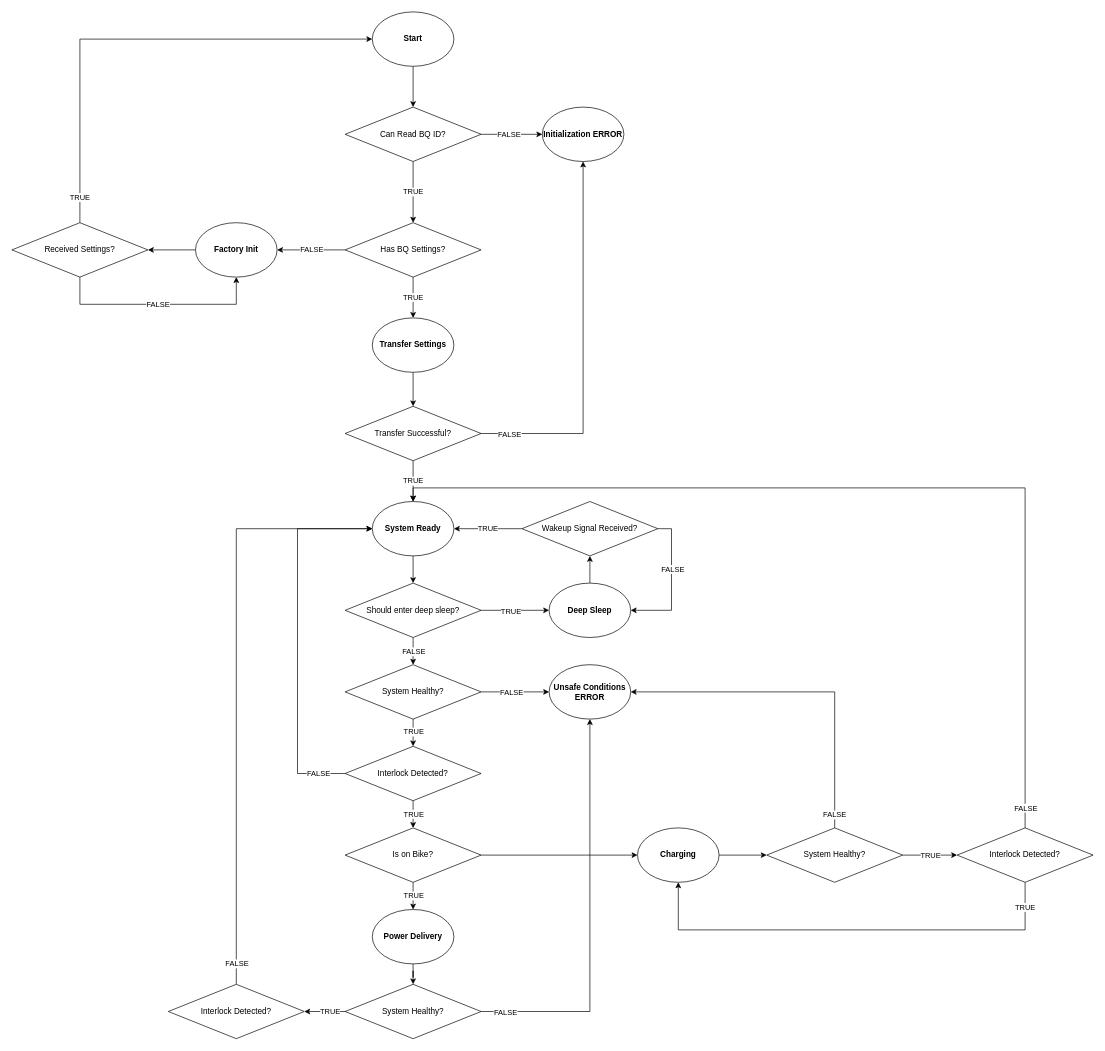
The draw.io diagram docs/source/_static/original/BMS_state_transition.drawio in RIT-EVT/BMS, before the edit. Source tidied: cells renumbered, new cells numbered last; positions are measured from the earlier drawing's top-left corner, leaving out a move shared by most shapes. Both pictures are drawn from the tidied source at 68%, with x=0, y=0 at pixel (12, 12).
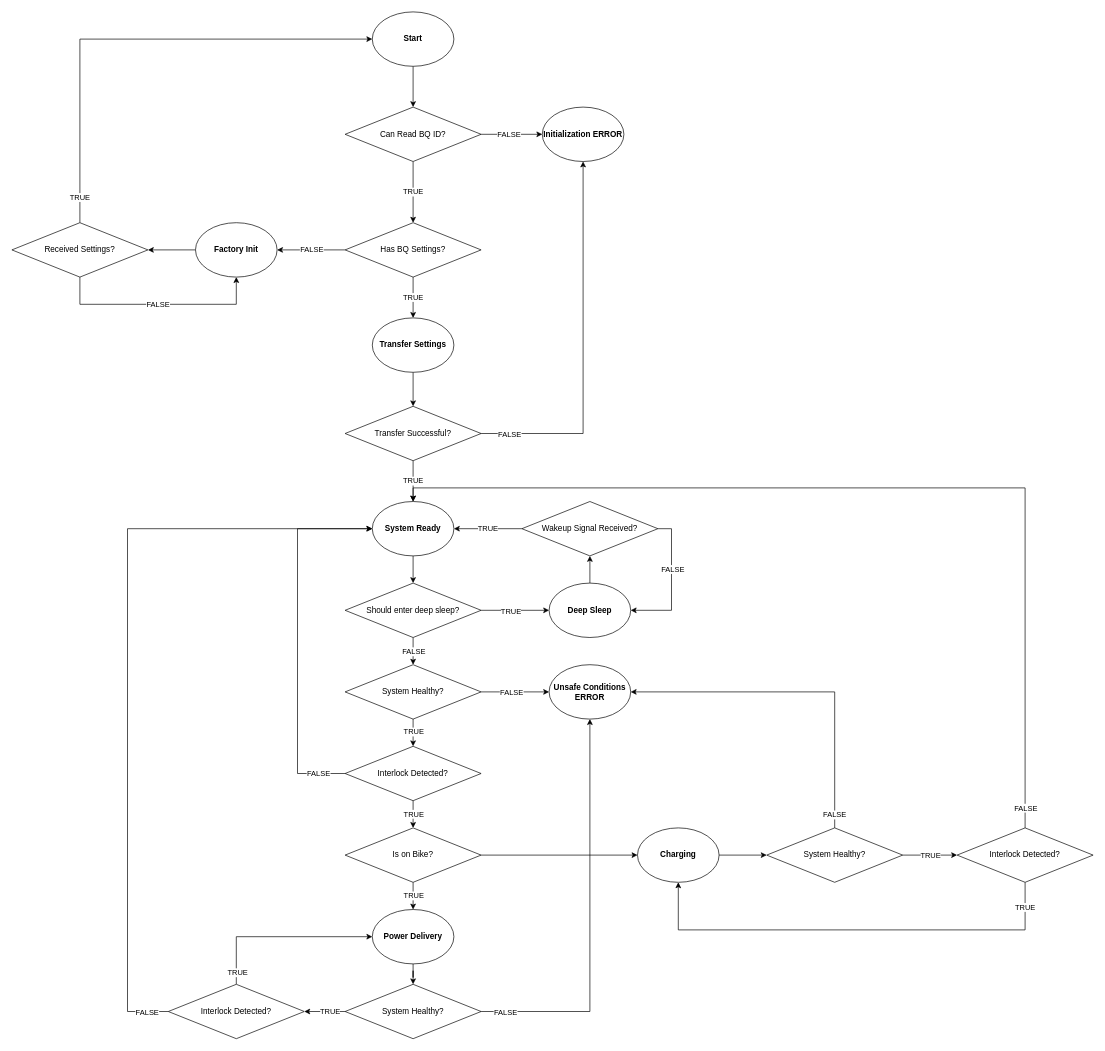
Above is the later version.

Unchanged cells that the change refers to:
```xml
<mxCell id="27" value="&lt;b&gt;System Ready&lt;/b&gt;" style="ellipse;whiteSpace=wrap;html=1;" parent="1" vertex="1">
  <mxGeometry x="530" y="720" width="120" height="80" as="geometry" />
</mxCell>
<mxCell id="56" value="&lt;b&gt;Power Delivery&lt;/b&gt;" style="ellipse;whiteSpace=wrap;html=1;" parent="1" vertex="1">
  <mxGeometry x="530" y="1320" width="120" height="80" as="geometry" />
</mxCell>
<mxCell id="64" value="Interlock Detected?" style="rhombus;whiteSpace=wrap;html=1;" parent="1" vertex="1">
  <mxGeometry x="230" y="1430" width="200" height="80" as="geometry" />
</mxCell>
```

The edit, as a diff of the source:
```diff
@@
-    <mxCell id="62" style="edgeStyle=orthogonalEdgeStyle;rounded=0;jettySize=auto;html=1;entryX=0;entryY=0.5;entryDx=0;entryDy=0;" parent="1" edge="1" source="64" target="27">
+    <mxCell id="62" style="edgeStyle=orthogonalEdgeStyle;rounded=0;jettySize=auto;html=1;entryX=0;entryY=0.5;entryDx=0;entryDy=0;exitX=0;exitY=0.5;exitDx=0;exitDy=0;" parent="1" edge="1" source="64" target="27">
       <mxGeometry relative="1" as="geometry">
         <Array as="points">
-          <mxPoint x="330" y="760" />
+          <mxPoint x="170" y="1470" />
+          <mxPoint x="170" y="760" />
         </Array>
       </mxGeometry>
     </mxCell>
     <mxCell id="63" value="FALSE" style="edgeLabel;html=1;align=center;verticalAlign=middle;" parent="62" vertex="1">
       <mxGeometry x="-0.96" relative="1" as="geometry">
-        <mxPoint y="-14" as="offset" />
+        <mxPoint x="-9" as="offset" />
       </mxGeometry>
     </mxCell>
+    <mxCell id="77" style="edgeStyle=orthogonalEdgeStyle;rounded=0;jettySize=auto;html=1;entryX=0;entryY=0.5;entryDx=0;entryDy=0;" parent="1" edge="1" source="64" target="56">
+      <mxGeometry relative="1" as="geometry">
+        <Array as="points">
+          <mxPoint x="330" y="1360" />
+        </Array>
+      </mxGeometry>
+    </mxCell>
+    <mxCell id="78" value="TRUE" style="edgeLabel;html=1;align=center;verticalAlign=middle;" parent="77" vertex="1">
+      <mxGeometry x="-0.87" y="-1" relative="1" as="geometry" />
+    </mxCell>
```
